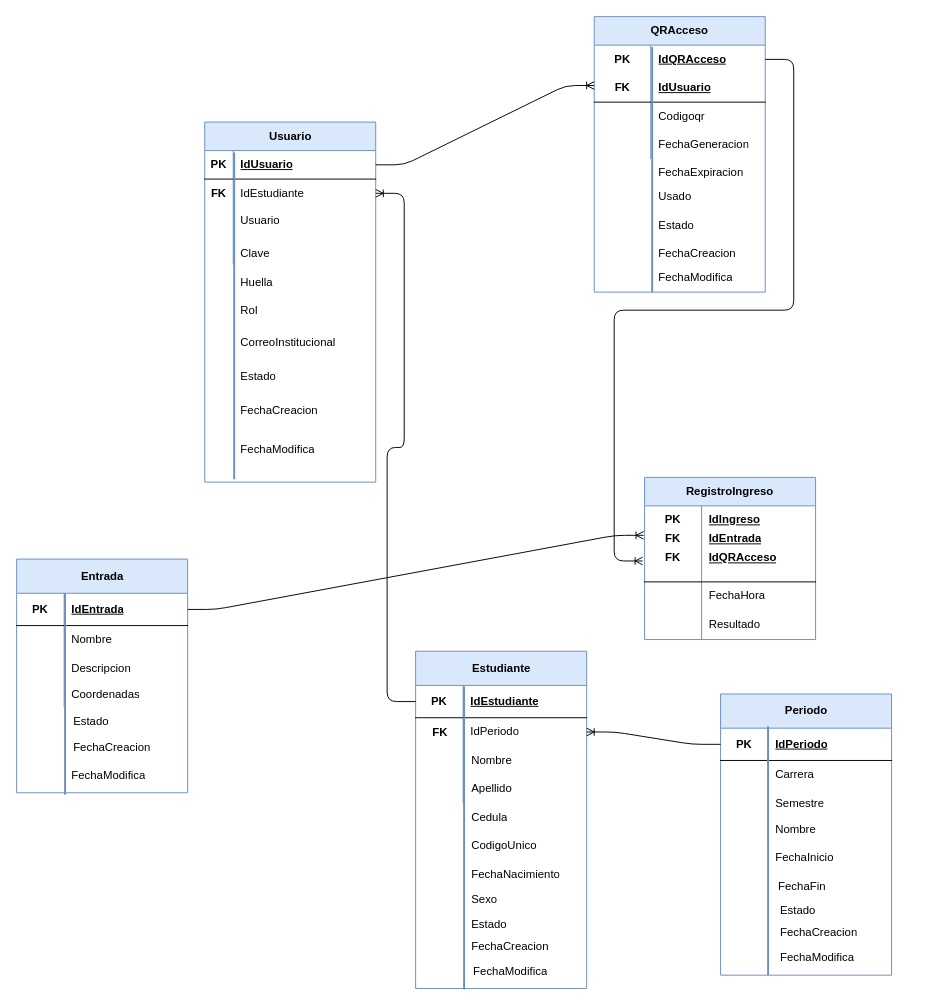
This is AccesoApp/design/3MER.drawio from Jhanavi128/Sistema_Control_AccesosEPN, a draw.io file, before an edit. Source tidied: cells renumbered, new cells numbered last; positions are measured from the earlier drawing's top-left corner, leaving out a move shared by most shapes. Both pictures are drawn from the tidied source at 95%, with x=0, y=0 at pixel (16, 16).
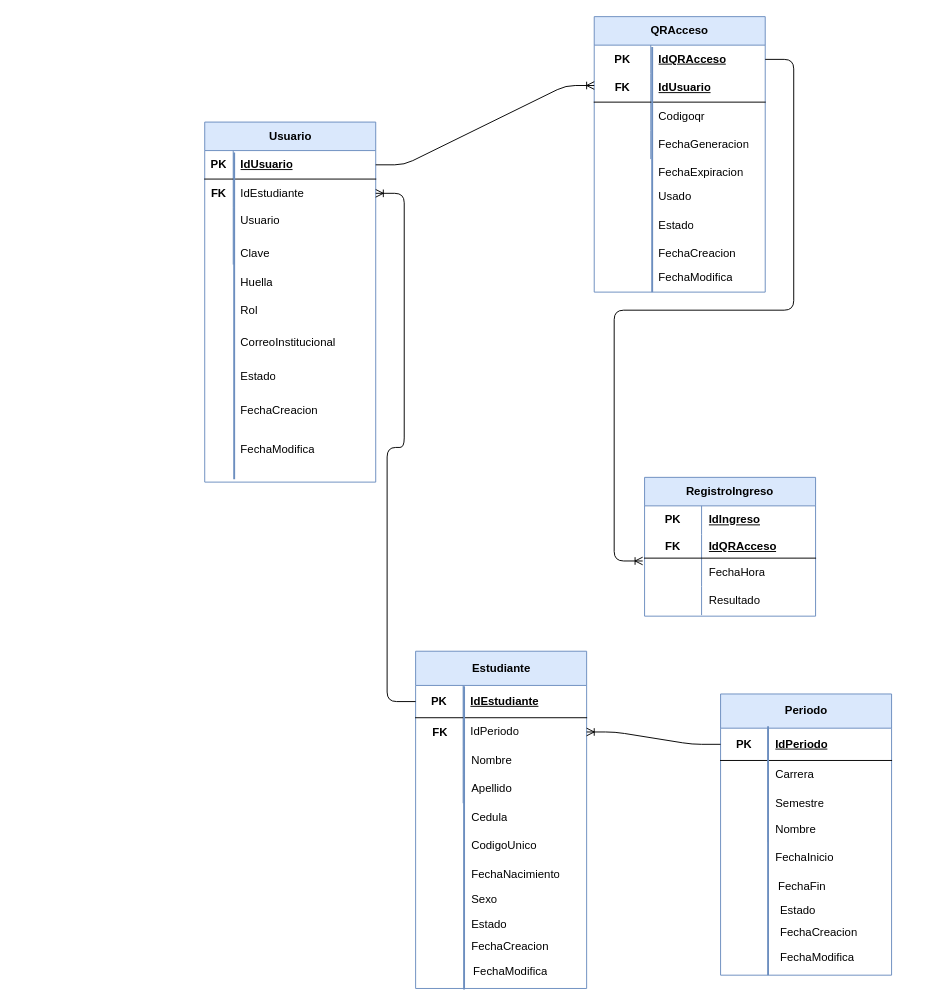
The same page after the edit.

Commit message (it also covers changes not shown here):
mer and use case almost complete

What changed in the source:
```diff
@@
     <mxCell id="43" value="RegistroIngreso" style="shape=table;startSize=30;childLayout=tableLayout;rowLines=0;fontStyle=1;align=center;html=1;whiteSpace=wrap;fillColor=#dae8fc;strokeColor=#6c8ebf;" parent="1" vertex="1">
-      <mxGeometry x="661" y="485" width="180" height="170.7" as="geometry" />
+      <mxGeometry x="661" y="485" width="180" height="146.1" as="geometry" />
     </mxCell>
@@
     <mxCell id="47" style="shape=tableRow;horizontal=0;startSize=0;swimlaneHead=0;swimlaneBody=0;fillColor=none;top=0;left=0;right=0;bottom=1;html=1;" parent="43" vertex="1">
-      <mxGeometry y="60" width="180" height="50" as="geometry" />
+      <mxGeometry y="60" width="180" height="25" as="geometry" />
     </mxCell>
     <mxCell id="48" value="FK" style="shape=partialRectangle;fillColor=none;top=0;left=0;bottom=0;right=0;fontStyle=1;overflow=hidden;html=1;whiteSpace=wrap;" parent="47" vertex="1">
-      <mxGeometry width="60" height="50" as="geometry" />
+      <mxGeometry width="60" height="25" as="geometry" />
     </mxCell>
     <mxCell id="49" value="&lt;span style=&quot;color: rgb(0, 0, 0);&quot;&gt;IdQRAcceso&lt;/span&gt;" style="shape=partialRectangle;fillColor=none;top=0;left=0;bottom=0;right=0;align=left;spacingLeft=6;fontStyle=5;overflow=hidden;html=1;whiteSpace=wrap;" parent="47" vertex="1">
-      <mxGeometry x="60" width="120" height="50" as="geometry" />
+      <mxGeometry x="60" width="120" height="25" as="geometry" />
     </mxCell>
     <mxCell id="50" style="shape=tableRow;horizontal=0;startSize=0;swimlaneHead=0;swimlaneBody=0;fillColor=none;top=0;left=0;right=0;bottom=0;html=1;" parent="43" vertex="1">
-      <mxGeometry y="110" width="180" height="30" as="geometry" />
+      <mxGeometry y="85" width="180" height="30" as="geometry" />
     </mxCell>
@@
     <mxCell id="53" style="shape=tableRow;horizontal=0;startSize=0;swimlaneHead=0;swimlaneBody=0;fillColor=none;top=0;left=0;right=0;bottom=0;html=1;" parent="43" vertex="1">
-      <mxGeometry y="140" width="180" height="30" as="geometry" />
+      <mxGeometry y="115" width="180" height="30" as="geometry" />
     </mxCell>
@@
-    <mxCell id="83" value="Entrada" style="shape=table;startSize=36;childLayout=tableLayout;rowLines=0;fontStyle=1;align=center;html=1;fillColor=#dae8fc;strokeColor=#6c8ebf;" parent="1" vertex="1">
-      <mxGeometry y="571" width="180" height="246" as="geometry" />
-    </mxCell>
-    <mxCell id="84" style="shape=tableRow;horizontal=0;startSize=0;swimlaneHead=0;swimlaneBody=0;fillColor=none;points=[[0,0.5],[1,0.5]];portConstraint=eastwest;top=0;left=0;right=0;bottom=1;" parent="83" vertex="1">
-      <mxGeometry y="36" width="180" height="34" as="geometry" />
-    </mxCell>
-    <mxCell id="85" value="PK" style="shape=partialRectangle;fillColor=none;top=0;left=0;bottom=0;right=0;fontStyle=1;overflow=hidden;whiteSpace=wrap;html=1;" parent="84" vertex="1">
-      <mxGeometry width="50" height="34" as="geometry" />
-    </mxCell>
-    <mxCell id="86" value="IdEntrada" style="shape=partialRectangle;fillColor=none;top=0;left=0;bottom=0;right=0;align=left;spacingLeft=6;fontStyle=5;overflow=hidden;whiteSpace=wrap;html=1;" parent="84" vertex="1">
-      <mxGeometry x="50" width="130" height="34" as="geometry" />
-    </mxCell>
-    <mxCell id="87" style="shape=tableRow;horizontal=0;startSize=0;swimlaneHead=0;swimlaneBody=0;fillColor=none;top=0;left=0;right=0;bottom=0;" parent="83" vertex="1">
-      <mxGeometry y="70" width="180" height="30" as="geometry" />
-    </mxCell>
-    <mxCell id="88" style="shape=partialRectangle;fillColor=none;top=0;left=0;bottom=0;right=0;overflow=hidden;whiteSpace=wrap;html=1;" parent="87" vertex="1">
-      <mxGeometry width="50" height="30" as="geometry" />
-    </mxCell>
-    <mxCell id="89" value="Nombre" style="shape=partialRectangle;fillColor=none;top=0;left=0;bottom=0;right=0;align=left;spacingLeft=6;overflow=hidden;whiteSpace=wrap;html=1;" parent="87" vertex="1">
-      <mxGeometry x="50" width="130" height="30" as="geometry" />
-    </mxCell>
-    <mxCell id="90" style="shape=tableRow;horizontal=0;startSize=0;swimlaneHead=0;swimlaneBody=0;fillColor=none;top=0;left=0;right=0;bottom=0;" parent="83" vertex="1">
-      <mxGeometry y="100" width="180" height="30" as="geometry" />
-    </mxCell>
-    <mxCell id="91" style="shape=partialRectangle;fillColor=none;top=0;left=0;bottom=0;right=0;overflow=hidden;whiteSpace=wrap;html=1;" parent="90" vertex="1">
-      <mxGeometry width="50" height="30" as="geometry" />
-    </mxCell>
-    <mxCell id="92" value="Descripcion" style="shape=partialRectangle;fillColor=none;top=0;left=0;bottom=0;right=0;align=left;spacingLeft=6;overflow=hidden;whiteSpace=wrap;html=1;" parent="90" vertex="1">
-      <mxGeometry x="50" width="130" height="30" as="geometry" />
-    </mxCell>
-    <mxCell id="93" style="shape=tableRow;horizontal=0;startSize=0;swimlaneHead=0;swimlaneBody=0;fillColor=none;top=0;left=0;right=0;bottom=0;" parent="83" vertex="1">
-      <mxGeometry y="130" width="180" height="26" as="geometry" />
-    </mxCell>
-    <mxCell id="94" style="shape=partialRectangle;fillColor=none;top=0;left=0;bottom=0;right=0;overflow=hidden;whiteSpace=wrap;html=1;" parent="93" vertex="1">
-      <mxGeometry width="50" height="26" as="geometry" />
-    </mxCell>
-    <mxCell id="95" value="Coordenadas" style="shape=partialRectangle;fillColor=none;top=0;left=0;bottom=0;right=0;align=left;spacingLeft=6;overflow=hidden;whiteSpace=wrap;html=1;" parent="93" vertex="1">
-      <mxGeometry x="50" width="130" height="26" as="geometry" />
-    </mxCell>
-    <mxCell id="96" value="Estado" style="shape=partialRectangle;fillColor=none;top=0;left=0;bottom=0;right=0;align=left;spacingLeft=6;overflow=hidden;whiteSpace=wrap;html=1;" parent="1" vertex="1">
-      <mxGeometry x="52" y="727" width="150" height="30" as="geometry" />
-    </mxCell>
-    <mxCell id="97" value="FechaCreacion" style="shape=partialRectangle;fillColor=none;top=0;left=0;bottom=0;right=0;align=left;spacingLeft=6;overflow=hidden;whiteSpace=wrap;html=1;" parent="1" vertex="1">
-      <mxGeometry x="52" y="754" width="150" height="30" as="geometry" />
-    </mxCell>
-    <mxCell id="98" value="FechaModifica" style="shape=partialRectangle;fillColor=none;top=0;left=0;bottom=0;right=0;align=left;spacingLeft=6;overflow=hidden;whiteSpace=wrap;html=1;" parent="1" vertex="1">
-      <mxGeometry x="50" y="784" width="150" height="30" as="geometry" />
-    </mxCell>
-    <mxCell id="99" style="line;strokeWidth=2;direction=south;html=1;fillColor=#dae8fc;strokeColor=#6c8ebf;" parent="1" vertex="1">
-      <mxGeometry x="46" y="607" width="10" height="212" as="geometry" />
-    </mxCell>
-    <mxCell id="100" value="FK" style="shape=partialRectangle;fillColor=none;top=0;left=0;bottom=0;right=0;fontStyle=1;overflow=hidden;html=1;whiteSpace=wrap;" parent="1" vertex="1">
-      <mxGeometry x="661" y="525" width="60" height="50" as="geometry" />
-    </mxCell>
-    <mxCell id="101" value="&lt;span style=&quot;color: rgb(0, 0, 0);&quot;&gt;IdEntrada&lt;/span&gt;" style="shape=partialRectangle;fillColor=none;top=0;left=0;bottom=0;right=0;align=left;spacingLeft=6;fontStyle=5;overflow=hidden;html=1;whiteSpace=wrap;" parent="1" vertex="1">
-      <mxGeometry x="721" y="525" width="120" height="50" as="geometry" />
-    </mxCell>
-    <mxCell id="102" style="edgeStyle=entityRelationEdgeStyle;fontSize=12;html=1;endArrow=ERoneToMany;exitX=1;exitY=0.5;exitDx=0;exitDy=0;" parent="1" edge="1" source="84">
-      <mxGeometry relative="1" as="geometry">
-        <mxPoint x="660" y="546" as="targetPoint" />
-      </mxGeometry>
-    </mxCell>
```
